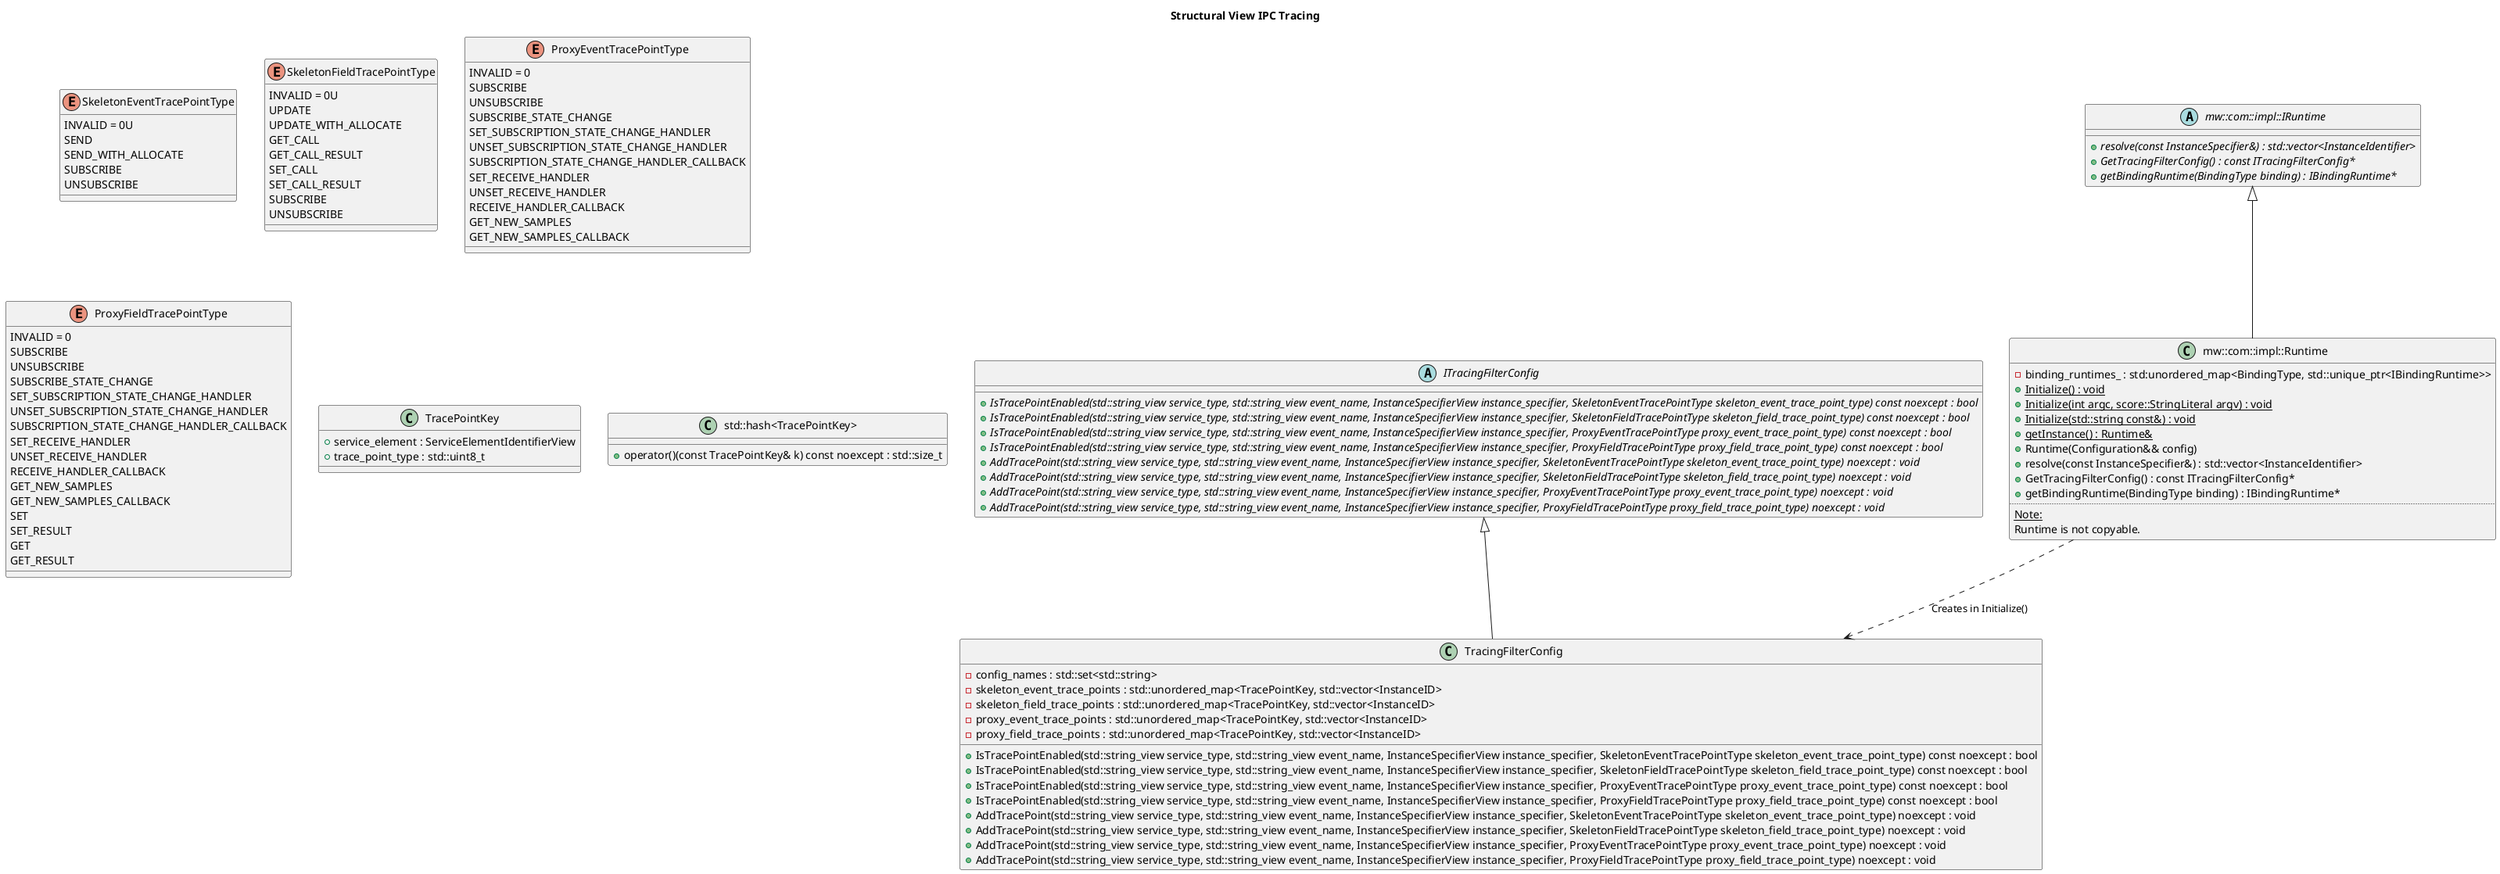
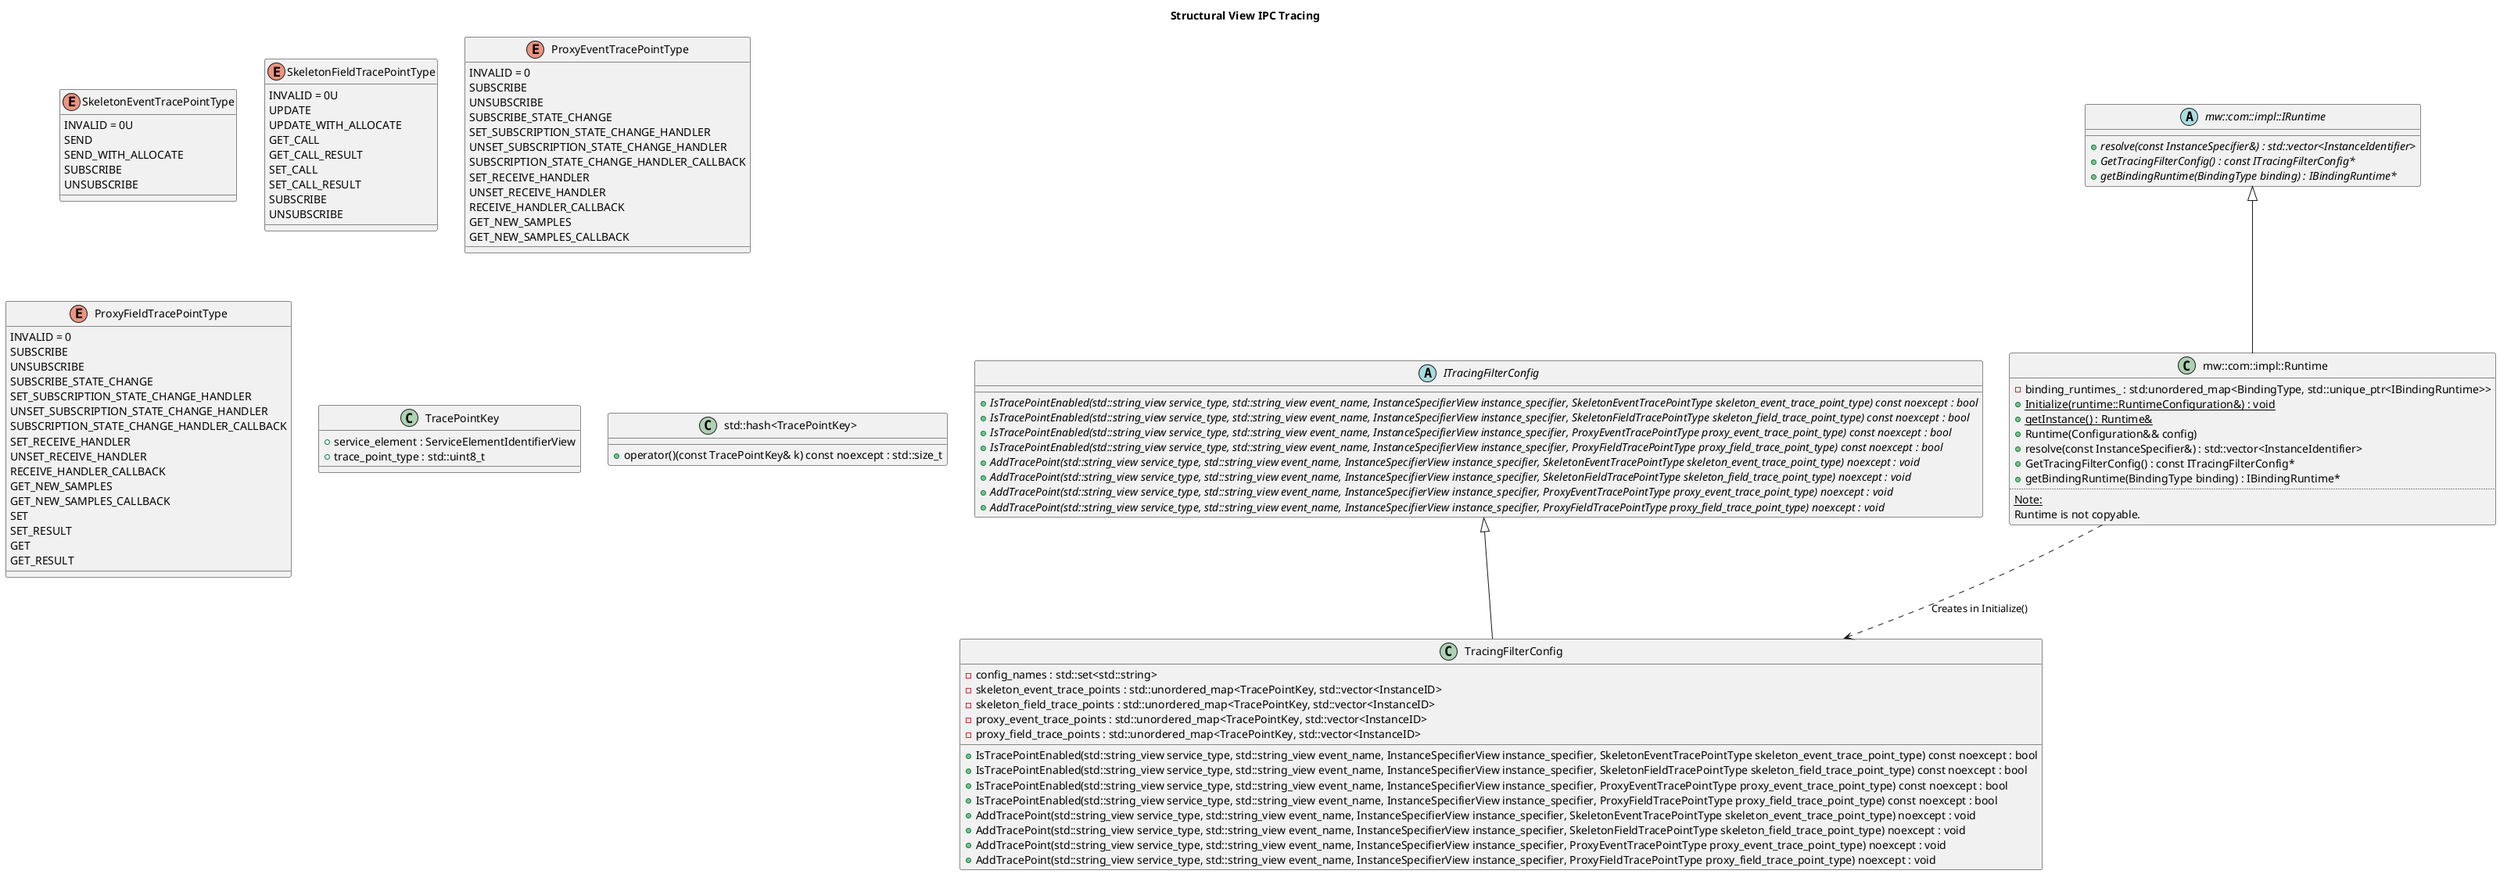
@startuml structural_view_ipc_tracing
title "Structural View IPC Tracing"

enum SkeletonEventTracePointType {
  INVALID = 0U
  SEND
  SEND_WITH_ALLOCATE
  SUBSCRIBE
  UNSUBSCRIBE
}

enum SkeletonFieldTracePointType {
  INVALID = 0U
  UPDATE
  UPDATE_WITH_ALLOCATE
  GET_CALL
  GET_CALL_RESULT
  SET_CALL
  SET_CALL_RESULT
  SUBSCRIBE
  UNSUBSCRIBE
}

enum ProxyEventTracePointType {
  INVALID = 0
  SUBSCRIBE
  UNSUBSCRIBE
  SUBSCRIBE_STATE_CHANGE
  SET_SUBSCRIPTION_STATE_CHANGE_HANDLER
  UNSET_SUBSCRIPTION_STATE_CHANGE_HANDLER
  SUBSCRIPTION_STATE_CHANGE_HANDLER_CALLBACK
  SET_RECEIVE_HANDLER
  UNSET_RECEIVE_HANDLER
  RECEIVE_HANDLER_CALLBACK
  GET_NEW_SAMPLES
  GET_NEW_SAMPLES_CALLBACK
}

enum ProxyFieldTracePointType {
  INVALID = 0
  SUBSCRIBE
  UNSUBSCRIBE
  SUBSCRIBE_STATE_CHANGE
  SET_SUBSCRIPTION_STATE_CHANGE_HANDLER
  UNSET_SUBSCRIPTION_STATE_CHANGE_HANDLER
  SUBSCRIPTION_STATE_CHANGE_HANDLER_CALLBACK
  SET_RECEIVE_HANDLER
  UNSET_RECEIVE_HANDLER
  RECEIVE_HANDLER_CALLBACK
  GET_NEW_SAMPLES
  GET_NEW_SAMPLES_CALLBACK
  SET
  SET_RESULT
  GET
  GET_RESULT
}

abstract class ITracingFilterConfig {
  {abstract} +IsTracePointEnabled(std::string_view service_type, std::string_view event_name, InstanceSpecifierView instance_specifier, SkeletonEventTracePointType skeleton_event_trace_point_type) const noexcept : bool
  {abstract} +IsTracePointEnabled(std::string_view service_type, std::string_view event_name, InstanceSpecifierView instance_specifier, SkeletonFieldTracePointType skeleton_field_trace_point_type) const noexcept : bool
  {abstract} +IsTracePointEnabled(std::string_view service_type, std::string_view event_name, InstanceSpecifierView instance_specifier, ProxyEventTracePointType proxy_event_trace_point_type) const noexcept : bool
  {abstract} +IsTracePointEnabled(std::string_view service_type, std::string_view event_name, InstanceSpecifierView instance_specifier, ProxyFieldTracePointType proxy_field_trace_point_type) const noexcept : bool
  {abstract} +AddTracePoint(std::string_view service_type, std::string_view event_name, InstanceSpecifierView instance_specifier, SkeletonEventTracePointType skeleton_event_trace_point_type) noexcept : void
  {abstract} +AddTracePoint(std::string_view service_type, std::string_view event_name, InstanceSpecifierView instance_specifier, SkeletonFieldTracePointType skeleton_field_trace_point_type) noexcept : void
  {abstract} +AddTracePoint(std::string_view service_type, std::string_view event_name, InstanceSpecifierView instance_specifier, ProxyEventTracePointType proxy_event_trace_point_type) noexcept : void
  {abstract} +AddTracePoint(std::string_view service_type, std::string_view event_name, InstanceSpecifierView instance_specifier, ProxyFieldTracePointType proxy_field_trace_point_type) noexcept : void
}

class TracingFilterConfig {
  +IsTracePointEnabled(std::string_view service_type, std::string_view event_name, InstanceSpecifierView instance_specifier, SkeletonEventTracePointType skeleton_event_trace_point_type) const noexcept : bool
  +IsTracePointEnabled(std::string_view service_type, std::string_view event_name, InstanceSpecifierView instance_specifier, SkeletonFieldTracePointType skeleton_field_trace_point_type) const noexcept : bool
  +IsTracePointEnabled(std::string_view service_type, std::string_view event_name, InstanceSpecifierView instance_specifier, ProxyEventTracePointType proxy_event_trace_point_type) const noexcept : bool
  +IsTracePointEnabled(std::string_view service_type, std::string_view event_name, InstanceSpecifierView instance_specifier, ProxyFieldTracePointType proxy_field_trace_point_type) const noexcept : bool
  +AddTracePoint(std::string_view service_type, std::string_view event_name, InstanceSpecifierView instance_specifier, SkeletonEventTracePointType skeleton_event_trace_point_type) noexcept : void
  +AddTracePoint(std::string_view service_type, std::string_view event_name, InstanceSpecifierView instance_specifier, SkeletonFieldTracePointType skeleton_field_trace_point_type) noexcept : void
  +AddTracePoint(std::string_view service_type, std::string_view event_name, InstanceSpecifierView instance_specifier, ProxyEventTracePointType proxy_event_trace_point_type) noexcept : void
  +AddTracePoint(std::string_view service_type, std::string_view event_name, InstanceSpecifierView instance_specifier, ProxyFieldTracePointType proxy_field_trace_point_type) noexcept : void
  -config_names : std::set<std::string>
  -skeleton_event_trace_points : std::unordered_map<TracePointKey, std::vector<InstanceID>
  -skeleton_field_trace_points : std::unordered_map<TracePointKey, std::vector<InstanceID>
  -proxy_event_trace_points : std::unordered_map<TracePointKey, std::vector<InstanceID>
  -proxy_field_trace_points : std::unordered_map<TracePointKey, std::vector<InstanceID>
}

class TracePointKey {
  +service_element : ServiceElementIdentifierView
  +trace_point_type : std::uint8_t
}

class "std::hash<TracePointKey>" {
  +operator()(const TracePointKey& k) const noexcept : std::size_t
}

abstract class "mw::com::impl::IRuntime" {
  {abstract} +resolve(const InstanceSpecifier&) : std::vector<InstanceIdentifier>
  {abstract} +GetTracingFilterConfig() : const ITracingFilterConfig*
  {abstract} +getBindingRuntime(BindingType binding) : IBindingRuntime*
}

class "mw::com::impl::Runtime" {
  -binding_runtimes_ : std:unordered_map<BindingType, std::unique_ptr<IBindingRuntime>>
-   {static} +Initialize() : void
-   {static} +Initialize(int argc, score::StringLiteral argv) : void
-   {static} +Initialize(std::string const&) : void
+   {static} +Initialize(runtime::RuntimeConfiguration&) : void
  {static} +getInstance() : Runtime&
  +Runtime(Configuration&& config)
  +resolve(const InstanceSpecifier&) : std::vector<InstanceIdentifier>
  +GetTracingFilterConfig() : const ITracingFilterConfig*
  +getBindingRuntime(BindingType binding) : IBindingRuntime*
  ..
  <u>Note:</u>
  Runtime is not copyable.
}

ITracingFilterConfig <|-- TracingFilterConfig
"mw::com::impl::IRuntime" <|-- "mw::com::impl::Runtime"
"mw::com::impl::Runtime" ..> TracingFilterConfig : Creates in Initialize()

@enduml
